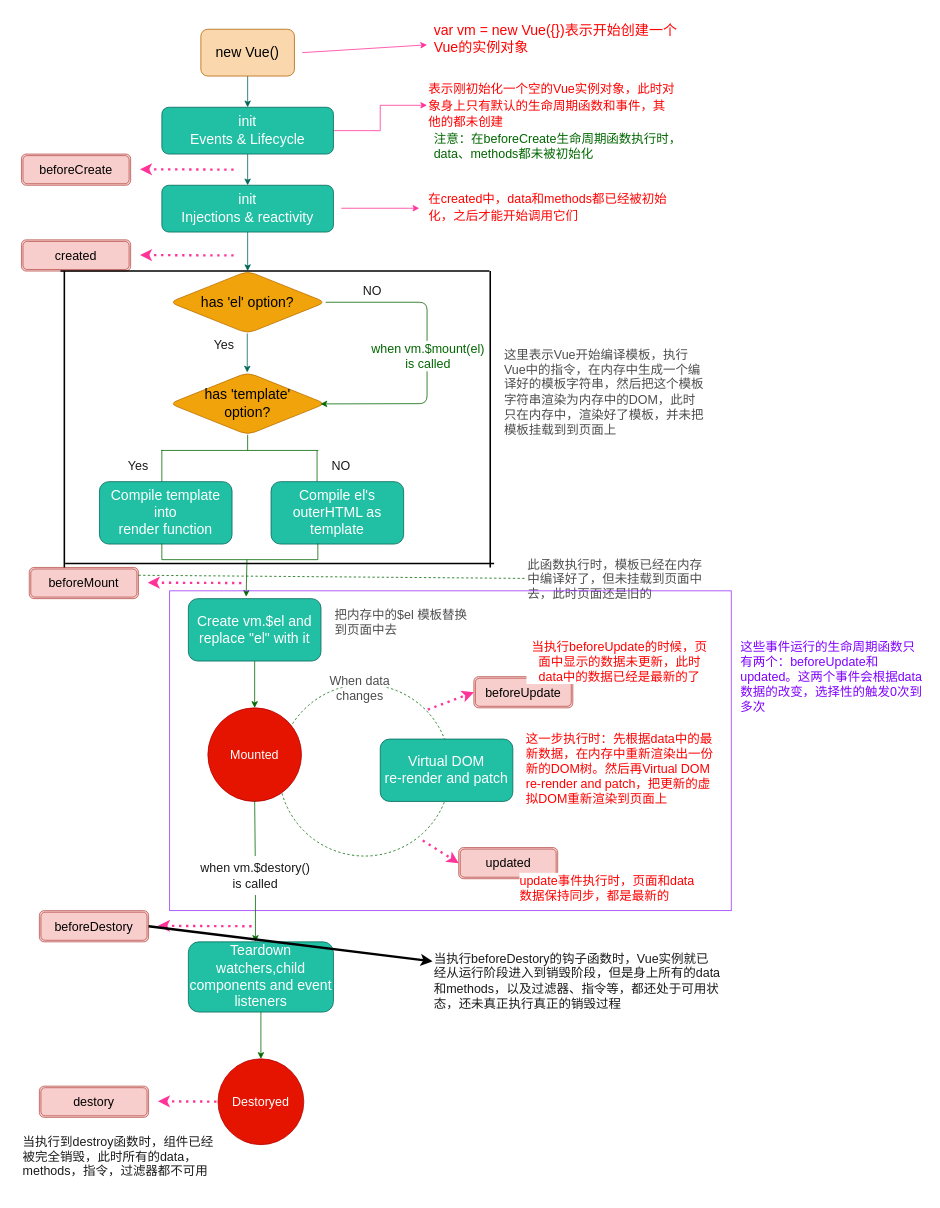
qw-null/drawio keeps this draw.io diagram as Vue生命周期.drawio. Above is the earlier version. Source tidied: cells renumbered, new cells numbered last; positions are measured from the earlier drawing's top-left corner, leaving out a move shared by most shapes. Both pictures are drawn from the tidied source at 78%, with x=0, y=0 at pixel (21, 13).
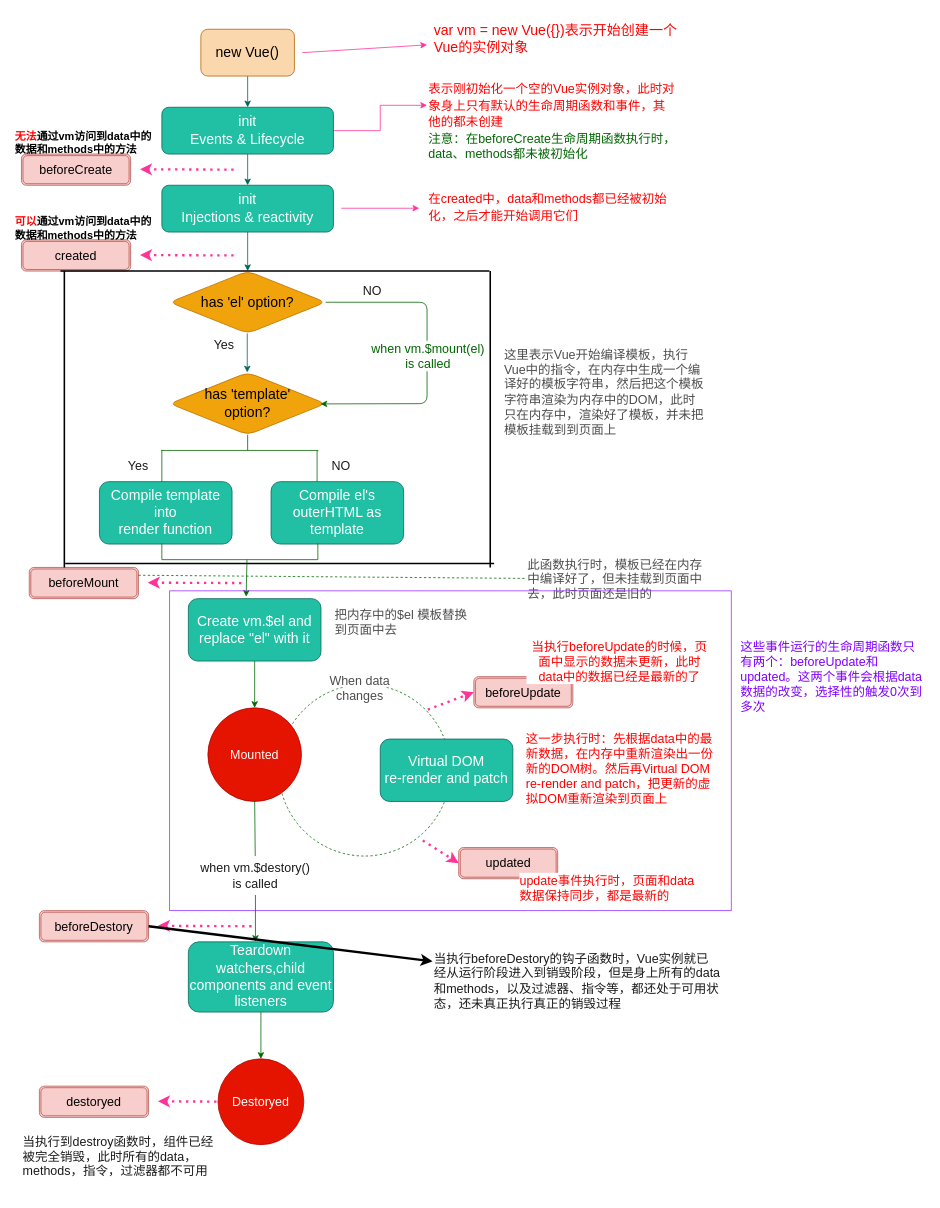
The same diagram, later.

Commit message:
更新Vue生命周期.drawio

The edit, as a diff of the source:
```diff
@@
     <mxCell id="22" value="&lt;font color=&quot;#006600&quot;&gt;注意：在beforeCreate生命周期函数执行时，data、methods都未被初始化&lt;/font&gt;" style="text;html=1;strokeColor=none;fillColor=none;align=left;verticalAlign=middle;whiteSpace=wrap;rounded=0;fontSize=16;fontColor=#1A1A1A;" parent="1" vertex="1">
-      <mxGeometry x="527" y="140" width="350" height="60" as="geometry" />
+      <mxGeometry x="520" y="140" width="350" height="60" as="geometry" />
     </mxCell>
@@
-    <mxCell id="68" value="destory" style="shape=ext;double=1;rounded=1;whiteSpace=wrap;html=1;fontSize=16;strokeColor=#b85450;fillColor=#f8cecc;" parent="1" vertex="1">
+    <mxCell id="68" value="destoryed" style="shape=ext;double=1;rounded=1;whiteSpace=wrap;html=1;fontSize=16;strokeColor=#b85450;fillColor=#f8cecc;" parent="1" vertex="1">
       <mxGeometry x="23" y="1375" width="140" height="40" as="geometry" />
     </mxCell>
@@
+    <mxCell id="75" value="&lt;font style=&quot;font-size: 14px;&quot;&gt;&lt;font style=&quot;&quot; color=&quot;#ff0000&quot;&gt;&lt;b&gt;无法&lt;/b&gt;&lt;/font&gt;&lt;b&gt;通过vm访问到data中的数据和methods中的方法&lt;/b&gt;&lt;/font&gt;" style="text;html=1;strokeColor=none;fillColor=none;align=left;verticalAlign=middle;whiteSpace=wrap;rounded=0;" parent="1" vertex="1">
+      <mxGeometry x="-10" y="120" width="180" height="90" as="geometry" />
+    </mxCell>
+    <mxCell id="76" value="&lt;font style=&quot;font-size: 14px;&quot;&gt;&lt;font style=&quot;&quot; color=&quot;#ff0000&quot;&gt;&lt;b&gt;可以&lt;/b&gt;&lt;/font&gt;&lt;b&gt;通过vm访问到data中的数据和methods中的方法&lt;/b&gt;&lt;/font&gt;" style="text;html=1;strokeColor=none;fillColor=none;align=left;verticalAlign=middle;whiteSpace=wrap;rounded=0;" parent="1" vertex="1">
+      <mxGeometry x="-10" y="230" width="180" height="90" as="geometry" />
+    </mxCell>
```
